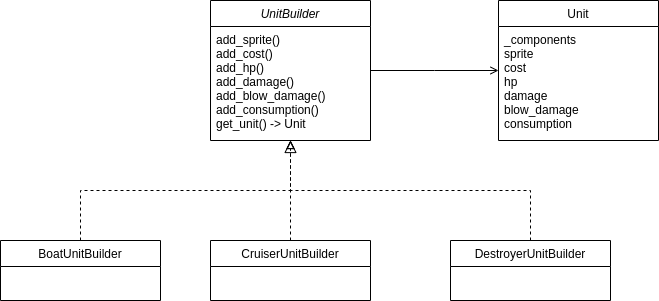
MoonriseStreet/BattleShip keeps this draw.io diagram as BattleShip/pic/diagram.png. Above is the earlier version. Source tidied: cells renumbered, new cells last; positions are measured from the earlier drawing's top-left corner, leaving out a move shared by most shapes.
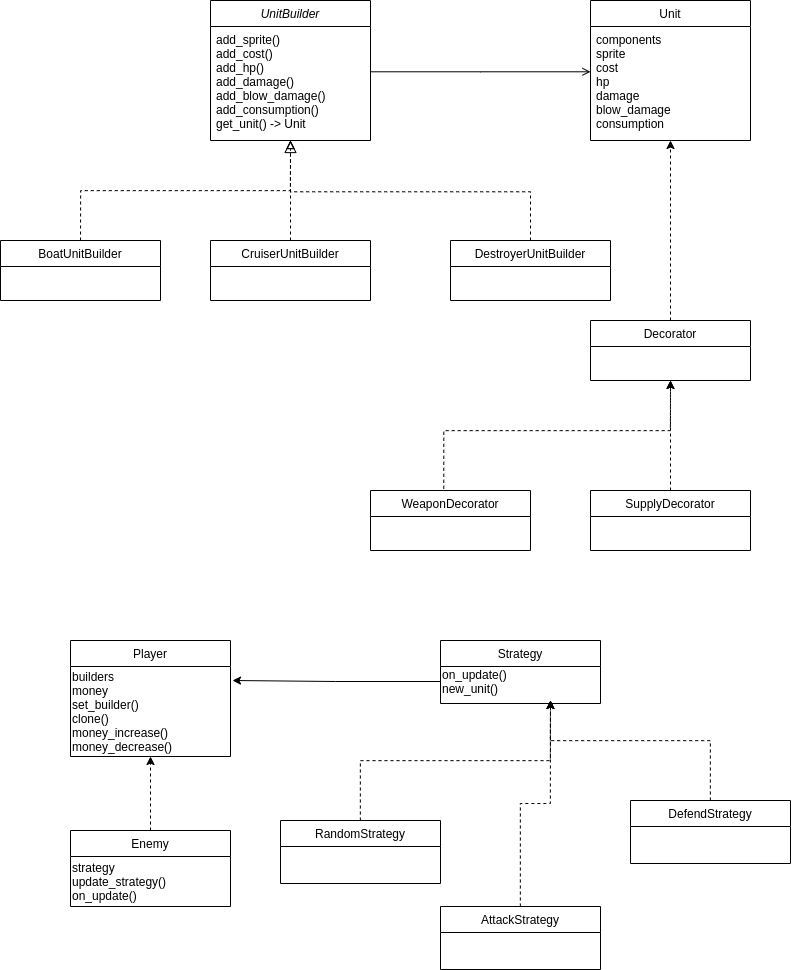
The same file after the commit.

The edit, as a diff of the source:
```diff
@@ -11,12 +11,6 @@
     <mxCell id="4" style="endArrow=block;endSize=10;endFill=0;shadow=0;strokeWidth=1;rounded=0;edgeStyle=elbowEdgeStyle;elbow=vertical;dashed=1;" parent="1" edge="1" source="8" target="2">
       <mxGeometry relative="1" as="geometry" />
     </mxCell>
-    <mxCell id="5" value="Unit" style="swimlane;fontStyle=0;align=center;verticalAlign=top;horizontal=1;startSize=26;rounded=0;shadow=0;strokeWidth=1;" parent="1" vertex="1">
-      <mxGeometry x="498" width="160" height="140" as="geometry" />
-    </mxCell>
-    <mxCell id="6" value="_components&#10;sprite&#10;cost&#10;hp&#10;damage&#10;blow_damage&#10;consumption" style="text;align=left;verticalAlign=top;spacingLeft=4;spacingRight=4;overflow=hidden;rounded=0;shadow=0;html=0;" parent="5" vertex="1">
-      <mxGeometry y="26" width="160" height="114" as="geometry" />
-    </mxCell>
     <mxCell id="7" style="endArrow=open;shadow=0;strokeWidth=1;strokeColor=#000000;rounded=0;endFill=1;edgeStyle=elbowEdgeStyle;elbow=vertical;" parent="1" edge="1" source="2" target="5">
       <mxGeometry x="0.5" y="41" relative="1" as="geometry">
         <mxPoint x="-40" y="32" as="offset" />
@@ -41,5 +35,96 @@
     <mxCell id="12" value="CruiserUnitBuilder" style="swimlane;fontStyle=0;align=center;verticalAlign=top;horizontal=1;startSize=26;rounded=0;shadow=0;strokeWidth=1;" parent="1" vertex="1">
       <mxGeometry x="210" y="240" width="160" height="60" as="geometry" />
     </mxCell>
+    <mxCell id="6" value="components&#10;sprite&#10;cost&#10;hp&#10;damage&#10;blow_damage&#10;consumption" style="text;align=left;verticalAlign=top;spacingLeft=4;spacingRight=4;overflow=hidden;rounded=0;shadow=0;html=0;" parent="1" vertex="1">
+      <mxGeometry x="590" y="26" width="160" height="114" as="geometry" />
+    </mxCell>
+    <mxCell id="5" value="Unit" style="swimlane;fontStyle=0;align=center;verticalAlign=top;horizontal=1;startSize=26;rounded=0;shadow=0;strokeWidth=1;" parent="1" vertex="1">
+      <mxGeometry x="590" width="160" height="140" as="geometry" />
+    </mxCell>
+    <mxCell id="13" style="edgeStyle=orthogonalEdgeStyle;rounded=0;jettySize=auto;html=1;entryX=0.5;entryY=1;entryDx=0;entryDy=0;dashed=1;" parent="1" edge="1" source="14" target="5">
+      <mxGeometry relative="1" as="geometry" />
+    </mxCell>
+    <mxCell id="14" value="Decorator" style="swimlane;fontStyle=0;align=center;verticalAlign=top;horizontal=1;startSize=26;rounded=0;shadow=0;strokeWidth=1;" parent="1" vertex="1">
+      <mxGeometry x="590" y="320" width="160" height="60" as="geometry" />
+    </mxCell>
+    <mxCell id="15" style="edgeStyle=orthogonalEdgeStyle;rounded=0;jettySize=auto;html=1;dashed=1;exitX=0.458;exitY=-0.029;exitDx=0;exitDy=0;exitPerimeter=0;" parent="1" edge="1" source="16">
+      <mxGeometry relative="1" as="geometry">
+        <mxPoint x="670" y="380" as="targetPoint" />
+        <Array as="points">
+          <mxPoint x="443" y="430" />
+          <mxPoint x="670" y="430" />
+        </Array>
+      </mxGeometry>
+    </mxCell>
+    <mxCell id="16" value="WeaponDecorator" style="swimlane;fontStyle=0;align=center;verticalAlign=top;horizontal=1;startSize=26;rounded=0;shadow=0;strokeWidth=1;" parent="1" vertex="1">
+      <mxGeometry x="370" y="490" width="160" height="60" as="geometry" />
+    </mxCell>
+    <mxCell id="17" style="edgeStyle=orthogonalEdgeStyle;rounded=0;jettySize=auto;html=1;entryX=0.5;entryY=1;entryDx=0;entryDy=0;dashed=1;exitX=0.5;exitY=0;exitDx=0;exitDy=0;" parent="1" edge="1" source="18" target="14">
+      <mxGeometry relative="1" as="geometry" />
+    </mxCell>
+    <mxCell id="18" value="SupplyDecorator" style="swimlane;fontStyle=0;align=center;verticalAlign=top;horizontal=1;startSize=26;rounded=0;shadow=0;strokeWidth=1;" parent="1" vertex="1">
+      <mxGeometry x="590" y="490" width="160" height="60" as="geometry" />
+    </mxCell>
+    <mxCell id="19" value="Player&#10;" style="swimlane;fontStyle=0;align=center;verticalAlign=top;horizontal=1;startSize=26;rounded=0;shadow=0;strokeWidth=1;" parent="1" vertex="1">
+      <mxGeometry x="70" y="640" width="160" height="116" as="geometry" />
+    </mxCell>
+    <mxCell id="20" value="builders&lt;br&gt;money&lt;br&gt;set_builder()&lt;br&gt;clone()&lt;br&gt;money_increase()&lt;br&gt;money_decrease()" style="text;html=1;align=left;verticalAlign=middle;" parent="19" vertex="1">
+      <mxGeometry y="26" width="160" height="90" as="geometry" />
+    </mxCell>
+    <mxCell id="21" style="edgeStyle=orthogonalEdgeStyle;rounded=0;jettySize=auto;html=1;entryX=0.5;entryY=1;entryDx=0;entryDy=0;dashed=1;" parent="1" edge="1" source="24" target="19">
+      <mxGeometry relative="1" as="geometry" />
+    </mxCell>
+    <mxCell id="22" value="Strategy&#10;" style="swimlane;fontStyle=0;align=center;verticalAlign=top;horizontal=1;startSize=26;rounded=0;shadow=0;strokeWidth=1;" parent="1" vertex="1">
+      <mxGeometry x="440" y="640" width="160" height="63" as="geometry" />
+    </mxCell>
+    <mxCell id="23" value="on_update()&lt;br&gt;new_unit()" style="text;html=1;align=left;verticalAlign=middle;points=[];" parent="22" vertex="1">
+      <mxGeometry y="26" width="160" height="30" as="geometry" />
+    </mxCell>
+    <mxCell id="24" value="Enemy&#10;" style="swimlane;fontStyle=0;align=center;verticalAlign=top;horizontal=1;startSize=26;rounded=0;shadow=0;strokeWidth=1;" parent="1" vertex="1">
+      <mxGeometry x="70" y="830" width="160" height="76" as="geometry" />
+    </mxCell>
+    <mxCell id="25" value="strategy&lt;br&gt;update_strategy()&lt;br&gt;on_update()" style="text;html=1;align=left;verticalAlign=middle;" parent="24" vertex="1">
+      <mxGeometry y="26" width="160" height="50" as="geometry" />
+    </mxCell>
+    <mxCell id="26" style="edgeStyle=orthogonalEdgeStyle;rounded=0;jettySize=auto;html=1;" parent="1" edge="1" source="23">
+      <mxGeometry relative="1" as="geometry">
+        <mxPoint x="232" y="680" as="targetPoint" />
+        <Array as="points">
+          <mxPoint x="335" y="681" />
+        </Array>
+      </mxGeometry>
+    </mxCell>
+    <mxCell id="27" style="edgeStyle=orthogonalEdgeStyle;rounded=0;jettySize=auto;html=1;dashed=1;" parent="1" edge="1" source="28">
+      <mxGeometry relative="1" as="geometry">
+        <mxPoint x="550" y="700" as="targetPoint" />
+        <Array as="points">
+          <mxPoint x="360" y="760" />
+          <mxPoint x="550" y="760" />
+        </Array>
+      </mxGeometry>
+    </mxCell>
+    <mxCell id="28" value="RandomStrategy&#10;" style="swimlane;fontStyle=0;align=center;verticalAlign=top;horizontal=1;startSize=26;rounded=0;shadow=0;strokeWidth=1;" parent="1" vertex="1">
+      <mxGeometry x="280" y="820" width="160" height="63" as="geometry" />
+    </mxCell>
+    <mxCell id="29" style="edgeStyle=orthogonalEdgeStyle;rounded=0;jettySize=auto;html=1;dashed=1;" parent="1" edge="1" source="30">
+      <mxGeometry relative="1" as="geometry">
+        <mxPoint x="550" y="700" as="targetPoint" />
+      </mxGeometry>
+    </mxCell>
+    <mxCell id="30" value="AttackStrategy&#10;" style="swimlane;fontStyle=0;align=center;verticalAlign=top;horizontal=1;startSize=26;rounded=0;shadow=0;strokeWidth=1;" parent="1" vertex="1">
+      <mxGeometry x="440" y="906" width="160" height="63" as="geometry" />
+    </mxCell>
+    <mxCell id="31" style="edgeStyle=orthogonalEdgeStyle;rounded=0;jettySize=auto;html=1;dashed=1;" parent="1" edge="1" source="32">
+      <mxGeometry relative="1" as="geometry">
+        <mxPoint x="550" y="700" as="targetPoint" />
+        <Array as="points">
+          <mxPoint x="710" y="740" />
+          <mxPoint x="550" y="740" />
+        </Array>
+      </mxGeometry>
+    </mxCell>
+    <mxCell id="32" value="DefendStrategy&#10;" style="swimlane;fontStyle=0;align=center;verticalAlign=top;horizontal=1;startSize=26;rounded=0;shadow=0;strokeWidth=1;" parent="1" vertex="1">
+      <mxGeometry x="630" y="800" width="160" height="63" as="geometry" />
+    </mxCell>
   </root>
 </mxGraphModel>
```
